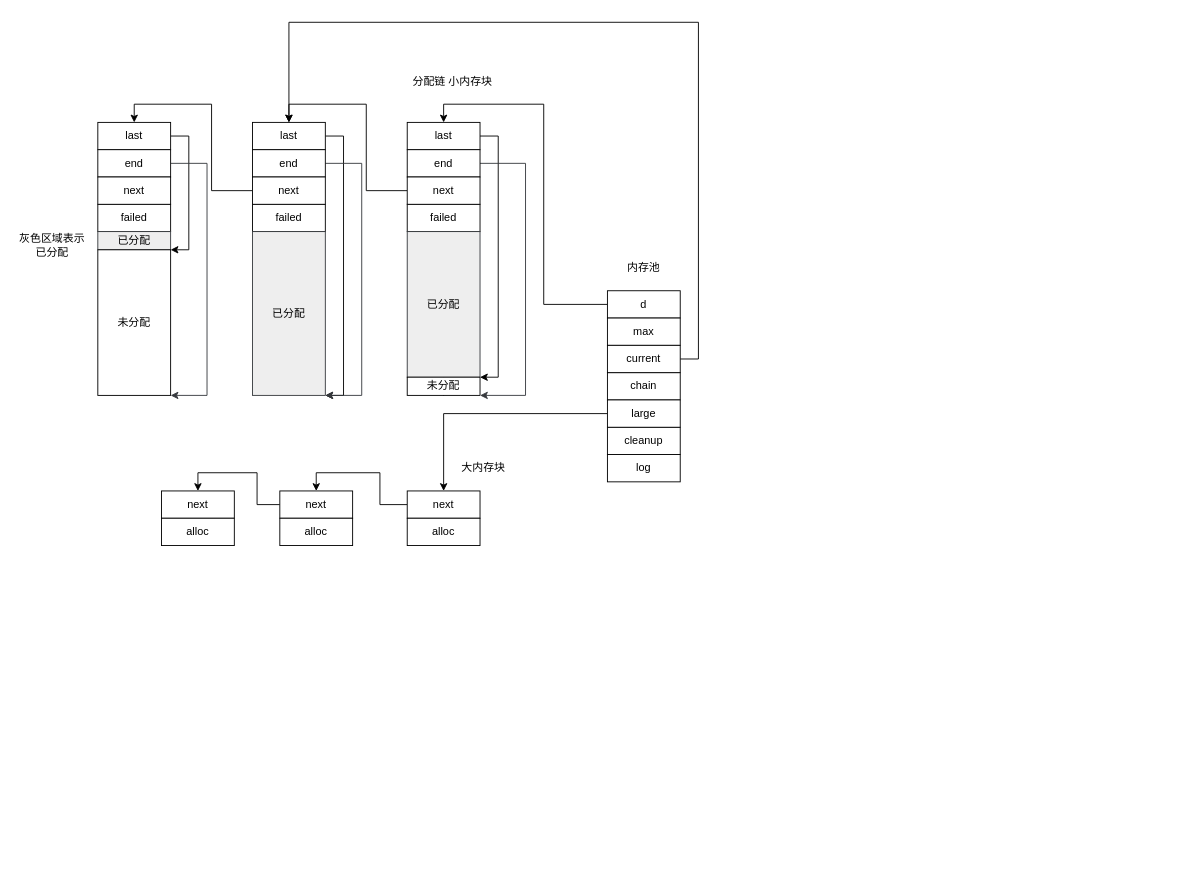
Earlier version of the draw.io diagram my_docs/nginx/memory_pool.drawio (Bannirui/Bannirui.github.io). Source tidied: cells renumbered, new cells numbered last; positions are measured from the earlier drawing's top-left corner, leaving out a move shared by most shapes. Both pictures are drawn from the tidied source at 91%, with x=0, y=0 at pixel (15, 22).
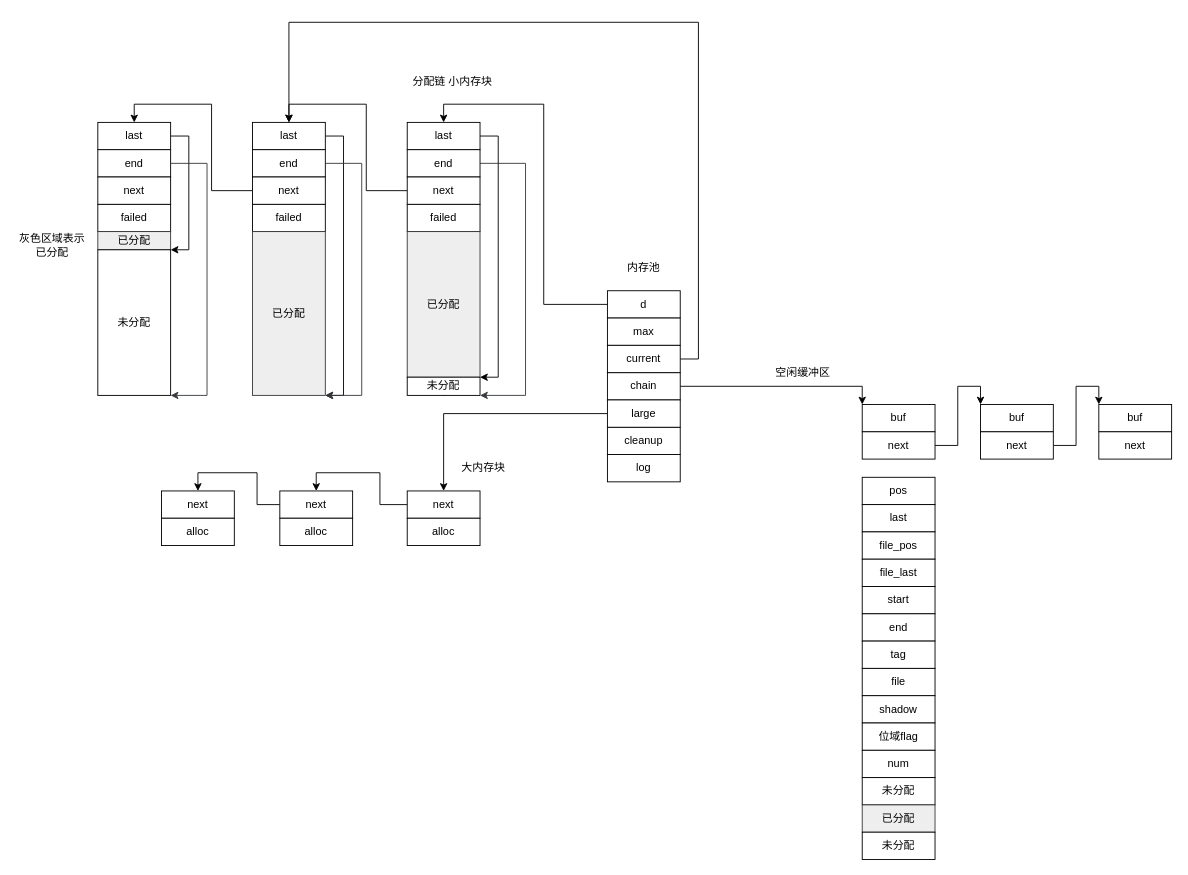
Above is the later version.

The change refers to these unchanged cells:
```xml
<mxCell id="6" value="chain" style="rounded=0;whiteSpace=wrap;html=1;" parent="1" vertex="1">
  <mxGeometry x="650" y="385" width="80" height="30" as="geometry" />
</mxCell>
```

Change to the diagram source:
```diff
@@
+    <mxCell id="50" style="edgeStyle=orthogonalEdgeStyle;rounded=0;jettySize=auto;html=1;exitX=1;exitY=0.5;exitDx=0;exitDy=0;entryX=0;entryY=0;entryDx=0;entryDy=0;" parent="1" edge="1" source="6" target="51">
+      <mxGeometry relative="1" as="geometry" />
+    </mxCell>
@@
+    <mxCell id="51" value="buf" style="rounded=0;whiteSpace=wrap;html=1;" parent="1" vertex="1">
+      <mxGeometry x="930" y="420" width="80" height="30" as="geometry" />
+    </mxCell>
+    <mxCell id="52" style="edgeStyle=orthogonalEdgeStyle;rounded=0;jettySize=auto;html=1;exitX=1;exitY=0.5;exitDx=0;exitDy=0;entryX=0;entryY=0;entryDx=0;entryDy=0;" parent="1" edge="1" source="53" target="54">
+      <mxGeometry relative="1" as="geometry" />
+    </mxCell>
+    <mxCell id="53" value="next" style="rounded=0;whiteSpace=wrap;html=1;" parent="1" vertex="1">
+      <mxGeometry x="930" y="450" width="80" height="30" as="geometry" />
+    </mxCell>
+    <mxCell id="54" value="buf" style="rounded=0;whiteSpace=wrap;html=1;" parent="1" vertex="1">
+      <mxGeometry x="1060" y="420" width="80" height="30" as="geometry" />
+    </mxCell>
+    <mxCell id="55" style="edgeStyle=orthogonalEdgeStyle;rounded=0;jettySize=auto;html=1;exitX=1;exitY=0.5;exitDx=0;exitDy=0;entryX=0;entryY=0;entryDx=0;entryDy=0;" parent="1" edge="1" source="56" target="57">
+      <mxGeometry relative="1" as="geometry" />
+    </mxCell>
+    <mxCell id="56" value="next" style="rounded=0;whiteSpace=wrap;html=1;" parent="1" vertex="1">
+      <mxGeometry x="1060" y="450" width="80" height="30" as="geometry" />
+    </mxCell>
+    <mxCell id="57" value="buf" style="rounded=0;whiteSpace=wrap;html=1;" parent="1" vertex="1">
+      <mxGeometry x="1190" y="420" width="80" height="30" as="geometry" />
+    </mxCell>
+    <mxCell id="58" value="next" style="rounded=0;whiteSpace=wrap;html=1;" parent="1" vertex="1">
+      <mxGeometry x="1190" y="450" width="80" height="30" as="geometry" />
+    </mxCell>
+    <mxCell id="59" value="空闲缓冲区" style="text;html=1;align=center;verticalAlign=middle;whiteSpace=wrap;rounded=0;" parent="1" vertex="1">
+      <mxGeometry x="830" y="370" width="70" height="30" as="geometry" />
+    </mxCell>
+    <mxCell id="60" value="pos" style="rounded=0;whiteSpace=wrap;html=1;" parent="1" vertex="1">
+      <mxGeometry x="930" y="500" width="80" height="30" as="geometry" />
+    </mxCell>
+    <mxCell id="61" value="last" style="rounded=0;whiteSpace=wrap;html=1;" parent="1" vertex="1">
+      <mxGeometry x="930" y="530" width="80" height="30" as="geometry" />
+    </mxCell>
+    <mxCell id="62" value="file_pos" style="rounded=0;whiteSpace=wrap;html=1;" parent="1" vertex="1">
+      <mxGeometry x="930" y="560" width="80" height="30" as="geometry" />
+    </mxCell>
+    <mxCell id="63" value="file_last" style="rounded=0;whiteSpace=wrap;html=1;" parent="1" vertex="1">
+      <mxGeometry x="930" y="590" width="80" height="30" as="geometry" />
+    </mxCell>
+    <mxCell id="64" value="start" style="rounded=0;whiteSpace=wrap;html=1;" parent="1" vertex="1">
+      <mxGeometry x="930" y="620" width="80" height="30" as="geometry" />
+    </mxCell>
+    <mxCell id="65" value="end" style="rounded=0;whiteSpace=wrap;html=1;" parent="1" vertex="1">
+      <mxGeometry x="930" y="650" width="80" height="30" as="geometry" />
+    </mxCell>
+    <mxCell id="66" value="tag" style="rounded=0;whiteSpace=wrap;html=1;" parent="1" vertex="1">
+      <mxGeometry x="930" y="680" width="80" height="30" as="geometry" />
+    </mxCell>
+    <mxCell id="67" value="file" style="rounded=0;whiteSpace=wrap;html=1;" parent="1" vertex="1">
+      <mxGeometry x="930" y="710" width="80" height="30" as="geometry" />
+    </mxCell>
+    <mxCell id="68" value="shadow" style="rounded=0;whiteSpace=wrap;html=1;" parent="1" vertex="1">
+      <mxGeometry x="930" y="740" width="80" height="30" as="geometry" />
+    </mxCell>
+    <mxCell id="69" value="位域flag" style="rounded=0;whiteSpace=wrap;html=1;" parent="1" vertex="1">
+      <mxGeometry x="930" y="770" width="80" height="30" as="geometry" />
+    </mxCell>
+    <mxCell id="70" value="num" style="rounded=0;whiteSpace=wrap;html=1;" parent="1" vertex="1">
+      <mxGeometry x="930" y="800" width="80" height="30" as="geometry" />
+    </mxCell>
+    <mxCell id="71" value="未分配" style="rounded=0;whiteSpace=wrap;html=1;" parent="1" vertex="1">
+      <mxGeometry x="930" y="830" width="80" height="30" as="geometry" />
+    </mxCell>
+    <mxCell id="72" value="已分配" style="rounded=0;whiteSpace=wrap;html=1;fillColor=#eeeeee;strokeColor=#36393d;" parent="1" vertex="1">
+      <mxGeometry x="930" y="860" width="80" height="30" as="geometry" />
+    </mxCell>
+    <mxCell id="73" value="未分配" style="rounded=0;whiteSpace=wrap;html=1;" parent="1" vertex="1">
+      <mxGeometry x="930" y="890" width="80" height="30" as="geometry" />
+    </mxCell>
```
